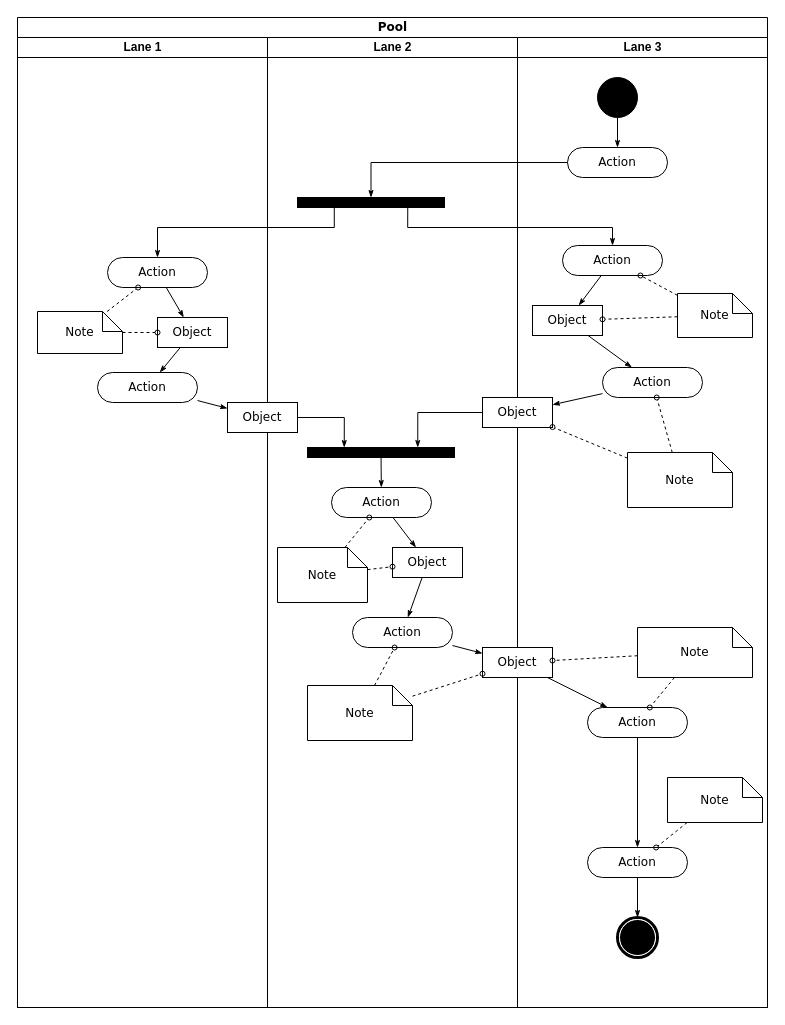
This is Activity.drawio from ChanumoluGayathri/System_Design, a draw.io file, before an edit. Source tidied: cells renumbered, new cells numbered last; positions are measured from the earlier drawing's top-left corner, leaving out a move shared by most shapes. Both pictures are drawn from the tidied source at 100%, with x=0, y=0 at pixel (17, 17).
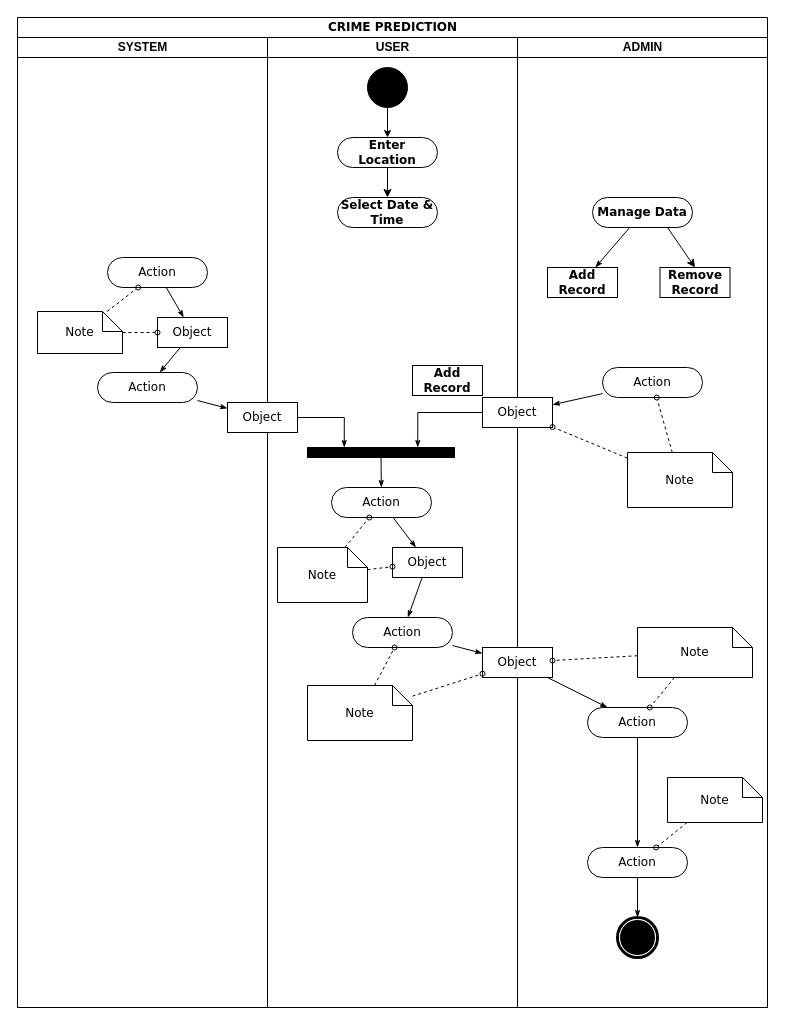
The same page after the edit.

Unchanged cells that the change refers to:
```xml
<mxCell id="5" value="Action" style="rounded=1;whiteSpace=wrap;html=1;shadow=0;comic=0;labelBackgroundColor=none;strokeWidth=1;fontFamily=Verdana;fontSize=12;align=center;arcSize=50;" parent="3" vertex="1">
  <mxGeometry x="90" y="220" width="100" height="30" as="geometry" />
</mxCell>
<mxCell id="35" value="Action" style="rounded=1;whiteSpace=wrap;html=1;shadow=0;comic=0;labelBackgroundColor=none;strokeWidth=1;fontFamily=Verdana;fontSize=12;align=center;arcSize=50;" parent="28" vertex="1">
  <mxGeometry x="85" y="330" width="100" height="30" as="geometry" />
</mxCell>
```

Diff of the diagram source:
```diff
@@
-    <mxCell id="2" value="Pool" style="swimlane;html=1;startSize=20;rounded=0;shadow=0;comic=0;labelBackgroundColor=none;strokeWidth=1;fontFamily=Verdana;fontSize=12;align=center;" parent="1" vertex="1">
+    <mxCell id="2" value="CRIME PREDICTION" style="swimlane;html=1;startSize=20;rounded=0;shadow=0;comic=0;labelBackgroundColor=none;strokeWidth=1;fontFamily=Verdana;fontSize=12;align=center;" parent="1" vertex="1">
       <mxGeometry width="750" height="990" as="geometry" />
     </mxCell>
-    <mxCell id="3" value="Lane 1" style="swimlane;html=1;startSize=20;" parent="2" vertex="1">
+    <mxCell id="3" value="SYSTEM" style="swimlane;html=1;startSize=20;" parent="2" vertex="1">
       <mxGeometry y="20" width="250" height="970" as="geometry" />
     </mxCell>
@@
-    <mxCell id="12" value="Lane 2" style="swimlane;html=1;startSize=20;" parent="2" vertex="1">
+    <mxCell id="12" value="USER" style="swimlane;html=1;startSize=20;" parent="2" vertex="1">
       <mxGeometry x="250" y="20" width="250" height="970" as="geometry" />
     </mxCell>
-    <mxCell id="13" style="whiteSpace=wrap;html=1;rounded=0;shadow=0;comic=0;labelBackgroundColor=none;strokeWidth=1;fillColor=#000000;fontFamily=Verdana;fontSize=12;align=center;rotation=0;" parent="12" vertex="1">
-      <mxGeometry x="30" y="160" width="147" height="10" as="geometry" />
-    </mxCell>
@@
+    <mxCell id="30" style="ellipse;whiteSpace=wrap;html=1;rounded=0;shadow=0;comic=0;labelBackgroundColor=none;strokeWidth=1;fillColor=#000000;fontFamily=Verdana;fontSize=12;align=center;" parent="12" vertex="1">
+      <mxGeometry x="100" y="30" width="40" height="40" as="geometry" />
+    </mxCell>
+    <mxCell id="64" style="edgeStyle=orthogonalEdgeStyle;rounded=0;hachureGap=4;jettySize=auto;html=1;fontFamily=Architects Daughter;fontSize=16;" parent="12" edge="1" source="31" target="65">
+      <mxGeometry relative="1" as="geometry" />
+    </mxCell>
+    <mxCell id="31" value="&lt;b&gt;Enter Location&lt;/b&gt;" style="rounded=1;whiteSpace=wrap;html=1;shadow=0;comic=0;labelBackgroundColor=none;strokeWidth=1;fontFamily=Verdana;fontSize=12;align=center;arcSize=50;" parent="12" vertex="1">
+      <mxGeometry x="70" y="100" width="100" height="30" as="geometry" />
+    </mxCell>
+    <mxCell id="29" style="edgeStyle=orthogonalEdgeStyle;rounded=0;html=1;labelBackgroundColor=none;startArrow=none;startFill=0;startSize=5;endArrow=classic;endFill=1;endSize=5;jettySize=auto;strokeWidth=1;fontFamily=Verdana;fontSize=12;" parent="12" edge="1" source="30" target="31">
+      <mxGeometry relative="1" as="geometry" />
+    </mxCell>
+    <mxCell id="65" value="&lt;font style=&quot;font-size: 12px;&quot;&gt;&lt;b style=&quot;&quot;&gt;Select Date &amp;amp; Time&lt;/b&gt;&lt;/font&gt;" style="rounded=1;whiteSpace=wrap;html=1;shadow=0;comic=0;labelBackgroundColor=none;strokeWidth=1;fontFamily=Verdana;fontSize=12;align=center;arcSize=50;" parent="12" vertex="1">
+      <mxGeometry x="70" y="160" width="100" height="30" as="geometry" />
+    </mxCell>
-    <mxCell id="28" value="Lane 3" style="swimlane;html=1;startSize=20;" parent="2" vertex="1">
+    <mxCell id="28" value="ADMIN" style="swimlane;html=1;startSize=20;" parent="2" vertex="1">
       <mxGeometry x="500" y="20" width="250" height="970" as="geometry" />
     </mxCell>
-    <mxCell id="29" style="edgeStyle=orthogonalEdgeStyle;rounded=0;html=1;labelBackgroundColor=none;startArrow=none;startFill=0;startSize=5;endArrow=classicThin;endFill=1;endSize=5;jettySize=auto;strokeWidth=1;fontFamily=Verdana;fontSize=12;" parent="28" edge="1" source="30" target="31">
-      <mxGeometry relative="1" as="geometry" />
-    </mxCell>
-    <mxCell id="30" style="ellipse;whiteSpace=wrap;html=1;rounded=0;shadow=0;comic=0;labelBackgroundColor=none;strokeWidth=1;fillColor=#000000;fontFamily=Verdana;fontSize=12;align=center;" parent="28" vertex="1">
-      <mxGeometry x="80" y="40" width="40" height="40" as="geometry" />
-    </mxCell>
-    <mxCell id="31" value="Action" style="rounded=1;whiteSpace=wrap;html=1;shadow=0;comic=0;labelBackgroundColor=none;strokeWidth=1;fontFamily=Verdana;fontSize=12;align=center;arcSize=50;" parent="28" vertex="1">
-      <mxGeometry x="50" y="110" width="100" height="30" as="geometry" />
-    </mxCell>
@@
-    <mxCell id="33" value="Action" style="rounded=1;whiteSpace=wrap;html=1;shadow=0;comic=0;labelBackgroundColor=none;strokeWidth=1;fontFamily=Verdana;fontSize=12;align=center;arcSize=50;" parent="28" vertex="1">
-      <mxGeometry x="45" y="208" width="100" height="30" as="geometry" />
+    <mxCell id="33" value="&lt;b&gt;Manage Data&lt;/b&gt;" style="rounded=1;whiteSpace=wrap;html=1;shadow=0;comic=0;labelBackgroundColor=none;strokeWidth=1;fontFamily=Verdana;fontSize=12;align=center;arcSize=50;" parent="28" vertex="1">
+      <mxGeometry x="75" y="160" width="100" height="30" as="geometry" />
     </mxCell>
@@
-    <mxCell id="36" style="edgeStyle=none;rounded=0;html=1;labelBackgroundColor=none;startArrow=none;startFill=0;startSize=5;endArrow=classicThin;endFill=1;endSize=5;jettySize=auto;strokeWidth=1;fontFamily=Verdana;fontSize=12;" parent="28" edge="1" source="37" target="35">
-      <mxGeometry relative="1" as="geometry" />
-    </mxCell>
-    <mxCell id="37" value="Object" style="rounded=0;whiteSpace=wrap;html=1;shadow=0;comic=0;labelBackgroundColor=none;strokeWidth=1;fontFamily=Verdana;fontSize=12;align=center;arcSize=50;" parent="28" vertex="1">
-      <mxGeometry x="15" y="268" width="70" height="30" as="geometry" />
+    <mxCell id="37" value="&lt;b&gt;Add Record&lt;/b&gt;" style="rounded=0;whiteSpace=wrap;html=1;shadow=0;comic=0;labelBackgroundColor=none;strokeWidth=1;fontFamily=Verdana;fontSize=12;align=center;arcSize=50;" parent="28" vertex="1">
+      <mxGeometry x="30" y="230" width="70" height="30" as="geometry" />
     </mxCell>
@@
-    <mxCell id="46" style="edgeStyle=none;rounded=0;html=1;dashed=1;labelBackgroundColor=none;startArrow=none;startFill=0;startSize=5;endArrow=oval;endFill=0;endSize=5;jettySize=auto;strokeWidth=1;fontFamily=Verdana;fontSize=12;" parent="28" edge="1" source="48" target="33">
-      <mxGeometry relative="1" as="geometry" />
-    </mxCell>
-    <mxCell id="47" style="edgeStyle=none;rounded=0;html=1;dashed=1;labelBackgroundColor=none;startArrow=none;startFill=0;startSize=5;endArrow=oval;endFill=0;endSize=5;jettySize=auto;strokeWidth=1;fontFamily=Verdana;fontSize=12;" parent="28" edge="1" source="48" target="37">
-      <mxGeometry relative="1" as="geometry" />
-    </mxCell>
-    <mxCell id="48" value="Note" style="shape=note;whiteSpace=wrap;html=1;rounded=0;shadow=0;comic=0;labelBackgroundColor=none;strokeWidth=1;fontFamily=Verdana;fontSize=12;align=center;size=20;" parent="28" vertex="1">
-      <mxGeometry x="160" y="256" width="75" height="44" as="geometry" />
-    </mxCell>
@@
-    <mxCell id="57" style="edgeStyle=orthogonalEdgeStyle;rounded=0;html=1;entryX=0.5;entryY=0;labelBackgroundColor=none;startArrow=none;startFill=0;startSize=5;endArrow=classicThin;endFill=1;endSize=5;jettySize=auto;strokeWidth=1;fontFamily=Verdana;fontSize=12;" parent="2" edge="1" source="31" target="13">
-      <mxGeometry relative="1" as="geometry">
-        <Array as="points">
-          <mxPoint x="354" y="145" />
-        </Array>
-      </mxGeometry>
-    </mxCell>
-    <mxCell id="58" style="edgeStyle=orthogonalEdgeStyle;rounded=0;html=1;exitX=0.75;exitY=1;labelBackgroundColor=none;startArrow=none;startFill=0;startSize=5;endArrow=classicThin;endFill=1;endSize=5;jettySize=auto;strokeWidth=1;fontFamily=Verdana;fontSize=12;" parent="2" edge="1" source="13" target="33">
-      <mxGeometry relative="1" as="geometry">
-        <Array as="points">
-          <mxPoint x="390" y="210" />
-          <mxPoint x="595" y="210" />
-        </Array>
-      </mxGeometry>
-    </mxCell>
-    <mxCell id="59" style="edgeStyle=orthogonalEdgeStyle;rounded=0;html=1;exitX=0.25;exitY=1;entryX=0.5;entryY=0;labelBackgroundColor=none;startArrow=none;startFill=0;startSize=5;endArrow=classicThin;endFill=1;endSize=5;jettySize=auto;strokeWidth=1;fontFamily=Verdana;fontSize=12;" parent="2" edge="1" source="13" target="5">
-      <mxGeometry relative="1" as="geometry">
-        <Array as="points">
-          <mxPoint x="317" y="210" />
-          <mxPoint x="140" y="210" />
-        </Array>
-      </mxGeometry>
-    </mxCell>
+    <mxCell id="66" value="&lt;b&gt;Remove Record&lt;/b&gt;" style="rounded=0;whiteSpace=wrap;html=1;shadow=0;comic=0;labelBackgroundColor=none;strokeWidth=1;fontFamily=Verdana;fontSize=12;align=center;arcSize=50;" parent="28" vertex="1">
+      <mxGeometry x="142.5" y="230" width="70" height="30" as="geometry" />
+    </mxCell>
+    <mxCell id="67" style="endArrow=classic;html=1;rounded=0;hachureGap=4;fontFamily=Architects Daughter;fontSize=16;exitX=0.75;exitY=1;exitDx=0;exitDy=0;entryX=0.5;entryY=0;entryDx=0;entryDy=0;" parent="28" edge="1" source="33" target="66">
+      <mxGeometry relative="1" as="geometry" />
+    </mxCell>
@@
+    <mxCell id="68" value="&lt;b&gt;Add Record&lt;/b&gt;" style="rounded=0;whiteSpace=wrap;html=1;shadow=0;comic=0;labelBackgroundColor=none;strokeWidth=1;fontFamily=Verdana;fontSize=12;align=center;arcSize=50;" parent="1" vertex="1">
+      <mxGeometry x="395" y="348" width="70" height="30" as="geometry" />
+    </mxCell>
```
